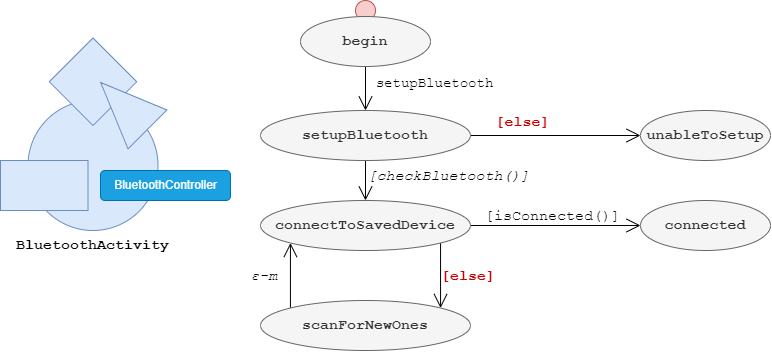
Above: docs/tex/img/bluetoothactivity.png in LucaLand/MobileSystemsProject-LL (draw.io), before the change. Source tidied: cells renumbered, new cells last; positions are measured from the earlier drawing's top-left corner, leaving out a move shared by most shapes.
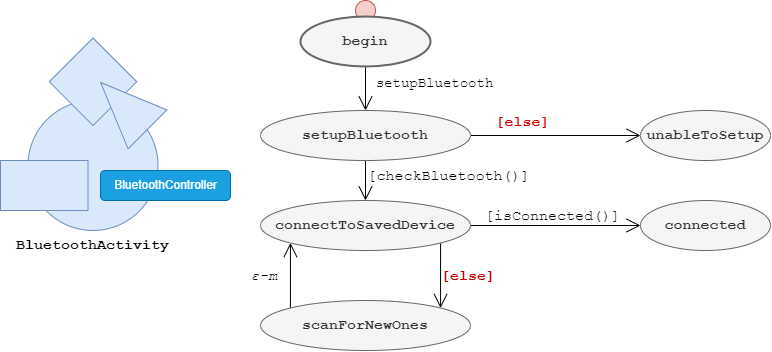
Later version of the same file.

The edit, as a diff of the source:
```diff
@@ -26,7 +26,7 @@
     <mxCell id="9" style="edgeStyle=orthogonalEdgeStyle;rounded=0;jettySize=auto;html=1;fontFamily=Courier New;fontSize=15;endSize=12;startSize=12;endArrow=open;endFill=0;" parent="1" edge="1" source="10" target="13">
       <mxGeometry relative="1" as="geometry" />
     </mxCell>
-    <mxCell id="10" value="begin" style="ellipse;whiteSpace=wrap;html=1;rounded=1;fillColor=#f5f5f5;fontColor=#333333;strokeColor=#666666;fontFamily=Courier New;fontStyle=1;fontSize=15;" parent="1" vertex="1">
+    <mxCell id="10" value="begin" style="ellipse;whiteSpace=wrap;html=1;rounded=1;fillColor=#f5f5f5;fontColor=#333333;strokeColor=#666666;fontFamily=Courier New;fontStyle=1;fontSize=15;strokeWidth=2;" parent="1" vertex="1">
       <mxGeometry x="300" y="16" width="130" height="50" as="geometry" />
     </mxCell>
     <mxCell id="11" style="edgeStyle=orthogonalEdgeStyle;rounded=0;jettySize=auto;html=1;fontFamily=Courier New;fontSize=15;endArrow=open;endFill=0;startSize=12;endSize=12;" parent="1" edge="1" source="13" target="17">
@@ -53,7 +53,7 @@
     <mxCell id="18" value="unableToSetup" style="ellipse;whiteSpace=wrap;html=1;rounded=1;fillColor=#f5f5f5;fontColor=#333333;strokeColor=#666666;fontFamily=Courier New;fontStyle=1;fontSize=15;" parent="1" vertex="1">
       <mxGeometry x="640" y="110" width="130" height="50" as="geometry" />
     </mxCell>
-    <mxCell id="19" value="[checkBluetooth()]" style="text;align=center;fontStyle=2;verticalAlign=middle;spacingLeft=3;spacingRight=3;strokeColor=none;rounded=1;fontFamily=Courier New;fontSize=15;gradientColor=none;" parent="1" vertex="1">
+    <mxCell id="19" value="[checkBluetooth()]" style="text;align=center;fontStyle=0;verticalAlign=middle;spacingLeft=3;spacingRight=3;strokeColor=none;rounded=1;fontFamily=Courier New;fontSize=15;gradientColor=none;" parent="1" vertex="1">
       <mxGeometry x="376" y="160" width="145" height="26" as="geometry" />
     </mxCell>
     <mxCell id="20" value="connected" style="ellipse;whiteSpace=wrap;html=1;rounded=1;fillColor=#f5f5f5;fontColor=#333333;strokeColor=#666666;fontFamily=Courier New;fontStyle=1;fontSize=15;" parent="1" vertex="1">
```
